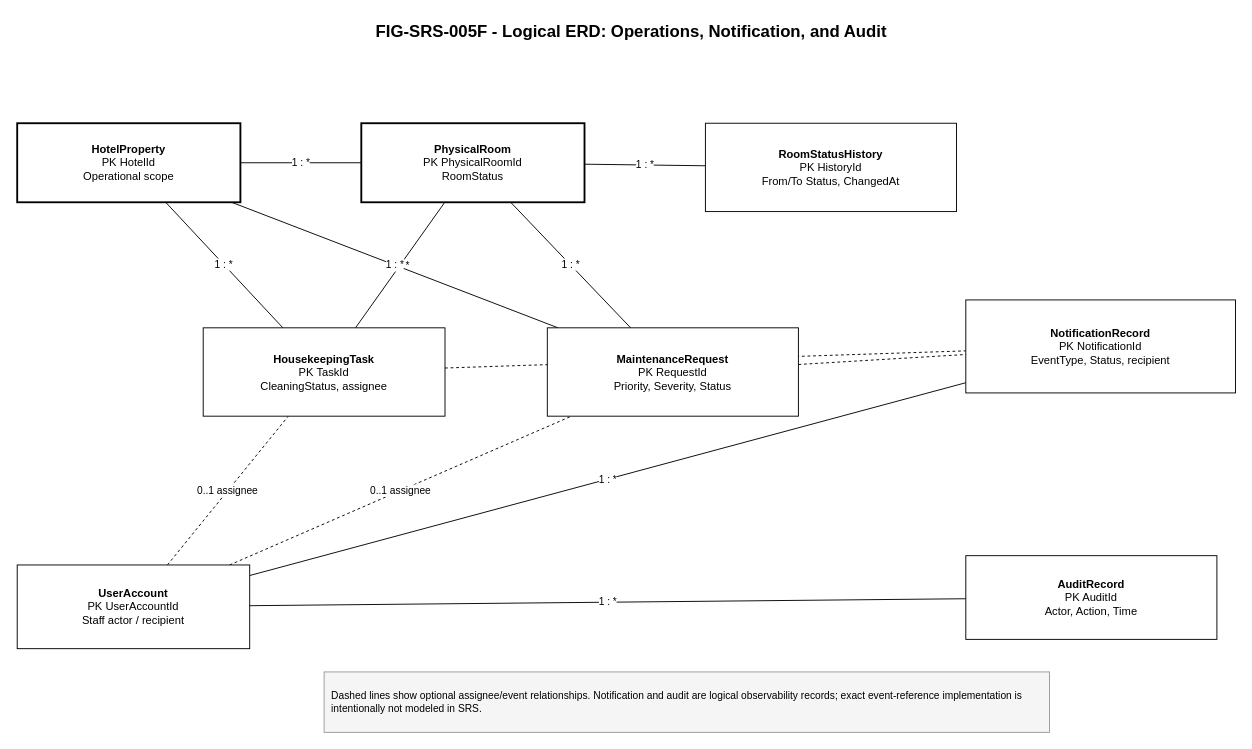
The draw.io diagram diagrams/drawio/FIG-SRS-005F_logical_erd_operations_audit.drawio in thaideptrai218/hotel-management-system-srs, before the edit. Source tidied: cells renumbered, new cells numbered last; positions are measured from the earlier drawing's top-left corner, leaving out a move shared by most shapes. Both pictures are drawn from the tidied source at 93%, with x=0, y=0 at pixel (17, 16).
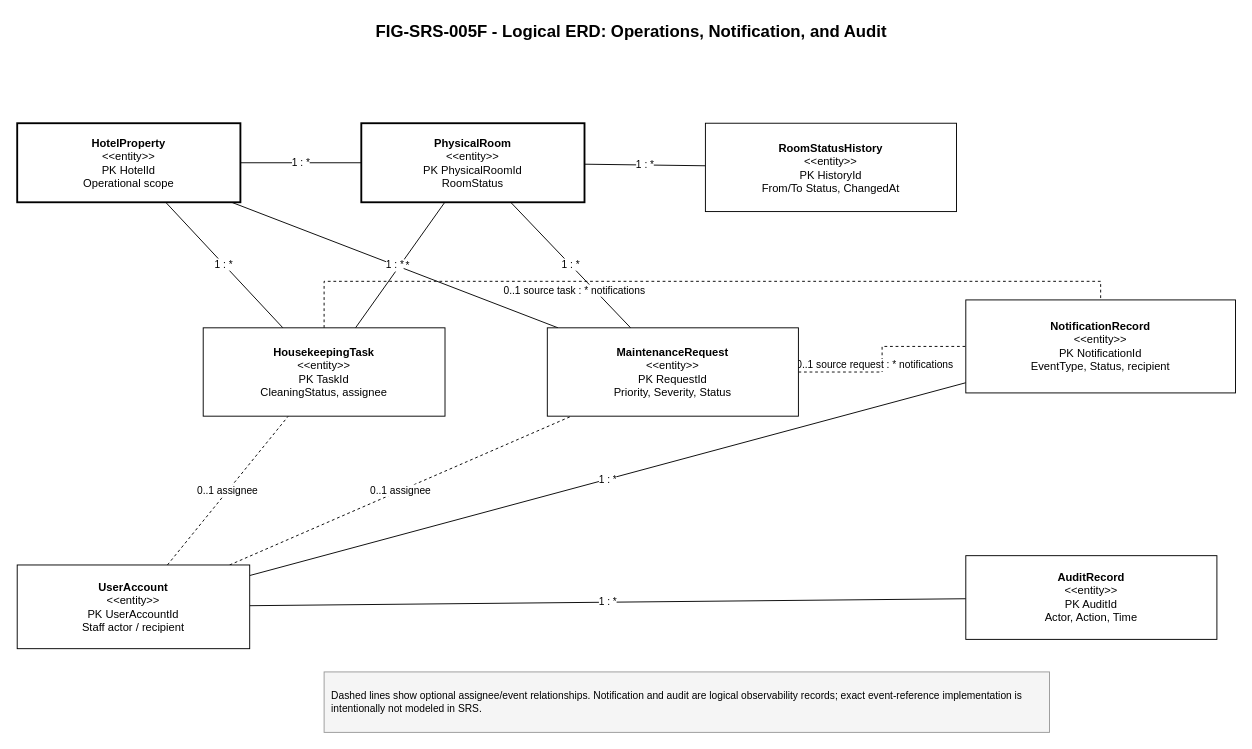
The same page after the edit.

What changed in the source:
```diff
@@
-    <mxCell id="13" style="endArrow=none;html=1;rounded=0;fontSize=11;dashed=1;labelBackgroundColor=#ffffff;" parent="1" edge="1" source="18" target="21">
-      <mxGeometry relative="1" as="geometry" />
+    <mxCell id="13" value="0..1 source task : * notifications" style="edgeStyle=orthogonalEdgeStyle;endArrow=none;html=1;rounded=0;fontSize=11;dashed=1;labelBackgroundColor=#ffffff;" parent="1" edge="1" source="18" target="21">
+      <mxGeometry x="-0.25" y="-28" relative="1" as="geometry">
+        <Array as="points">
+          <mxPoint x="520" y="285" />
+          <mxPoint x="940" y="285" />
+        </Array>
+        <mxPoint x="-20" y="-18" as="offset" />
+      </mxGeometry>
     </mxCell>
-    <mxCell id="14" style="endArrow=none;html=1;rounded=0;fontSize=11;dashed=1;labelBackgroundColor=#ffffff;" parent="1" edge="1" source="19" target="21">
-      <mxGeometry relative="1" as="geometry" />
+    <mxCell id="14" value="0..1 source request : * notifications" style="edgeStyle=orthogonalEdgeStyle;endArrow=none;html=1;rounded=0;fontSize=11;dashed=1;labelBackgroundColor=#ffffff;" parent="1" edge="1" source="19" target="21">
+      <mxGeometry x="0.1" y="18" relative="1" as="geometry">
+        <mxPoint x="10" y="16" as="offset" />
+      </mxGeometry>
     </mxCell>
-    <mxCell id="15" value="&lt;b&gt;HotelProperty&lt;/b&gt;&#10;PK HotelId&#10;Operational scope" style="rounded=0;whiteSpace=wrap;html=1;fontSize=12;fillColor=#ffffff;strokeWidth=2;" parent="1" vertex="1">
+    <mxCell id="15" value="&lt;b&gt;HotelProperty&lt;/b&gt;&#10;&amp;lt;&amp;lt;entity&amp;gt;&amp;gt;&#10;PK HotelId&#10;Operational scope" style="rounded=0;whiteSpace=wrap;html=1;fontSize=12;fillColor=#ffffff;strokeWidth=2;" parent="1" vertex="1">
       <mxGeometry y="115" width="240" height="85" as="geometry" />
     </mxCell>
-    <mxCell id="16" value="&lt;b&gt;PhysicalRoom&lt;/b&gt;&#10;PK PhysicalRoomId&#10;RoomStatus" style="rounded=0;whiteSpace=wrap;html=1;fontSize=12;fillColor=#ffffff;strokeWidth=2;" parent="1" vertex="1">
+    <mxCell id="16" value="&lt;b&gt;PhysicalRoom&lt;/b&gt;&#10;&amp;lt;&amp;lt;entity&amp;gt;&amp;gt;&#10;PK PhysicalRoomId&#10;RoomStatus" style="rounded=0;whiteSpace=wrap;html=1;fontSize=12;fillColor=#ffffff;strokeWidth=2;" parent="1" vertex="1">
       <mxGeometry x="370" y="115" width="240" height="85" as="geometry" />
     </mxCell>
-    <mxCell id="17" value="&lt;b&gt;RoomStatusHistory&lt;/b&gt;&#10;PK HistoryId&#10;From/To Status, ChangedAt" style="rounded=0;whiteSpace=wrap;html=1;fontSize=12;fillColor=#ffffff;" parent="1" vertex="1">
+    <mxCell id="17" value="&lt;b&gt;RoomStatusHistory&lt;/b&gt;&#10;&amp;lt;&amp;lt;entity&amp;gt;&amp;gt;&#10;PK HistoryId&#10;From/To Status, ChangedAt" style="rounded=0;whiteSpace=wrap;html=1;fontSize=12;fillColor=#ffffff;" parent="1" vertex="1">
       <mxGeometry x="740" y="115" width="270" height="95" as="geometry" />
     </mxCell>
-    <mxCell id="18" value="&lt;b&gt;HousekeepingTask&lt;/b&gt;&#10;PK TaskId&#10;CleaningStatus, assignee" style="rounded=0;whiteSpace=wrap;html=1;fontSize=12;fillColor=#ffffff;" parent="1" vertex="1">
+    <mxCell id="18" value="&lt;b&gt;HousekeepingTask&lt;/b&gt;&#10;&amp;lt;&amp;lt;entity&amp;gt;&amp;gt;&#10;PK TaskId&#10;CleaningStatus, assignee" style="rounded=0;whiteSpace=wrap;html=1;fontSize=12;fillColor=#ffffff;" parent="1" vertex="1">
       <mxGeometry x="200" y="335" width="260" height="95" as="geometry" />
     </mxCell>
-    <mxCell id="19" value="&lt;b&gt;MaintenanceRequest&lt;/b&gt;&#10;PK RequestId&#10;Priority, Severity, Status" style="rounded=0;whiteSpace=wrap;html=1;fontSize=12;fillColor=#ffffff;" parent="1" vertex="1">
+    <mxCell id="19" value="&lt;b&gt;MaintenanceRequest&lt;/b&gt;&#10;&amp;lt;&amp;lt;entity&amp;gt;&amp;gt;&#10;PK RequestId&#10;Priority, Severity, Status" style="rounded=0;whiteSpace=wrap;html=1;fontSize=12;fillColor=#ffffff;" parent="1" vertex="1">
       <mxGeometry x="570" y="335" width="270" height="95" as="geometry" />
     </mxCell>
-    <mxCell id="20" value="&lt;b&gt;UserAccount&lt;/b&gt;&#10;PK UserAccountId&#10;Staff actor / recipient" style="rounded=0;whiteSpace=wrap;html=1;fontSize=12;fillColor=#ffffff;" parent="1" vertex="1">
+    <mxCell id="20" value="&lt;b&gt;UserAccount&lt;/b&gt;&#10;&amp;lt;&amp;lt;entity&amp;gt;&amp;gt;&#10;PK UserAccountId&#10;Staff actor / recipient" style="rounded=0;whiteSpace=wrap;html=1;fontSize=12;fillColor=#ffffff;" parent="1" vertex="1">
       <mxGeometry y="590" width="250" height="90" as="geometry" />
     </mxCell>
-    <mxCell id="21" value="&lt;b&gt;NotificationRecord&lt;/b&gt;&#10;PK NotificationId&#10;EventType, Status, recipient" style="rounded=0;whiteSpace=wrap;html=1;fontSize=12;fillColor=#ffffff;" parent="1" vertex="1">
+    <mxCell id="21" value="&lt;b&gt;NotificationRecord&lt;/b&gt;&#10;&amp;lt;&amp;lt;entity&amp;gt;&amp;gt;&#10;PK NotificationId&#10;EventType, Status, recipient" style="rounded=0;whiteSpace=wrap;html=1;fontSize=12;fillColor=#ffffff;" parent="1" vertex="1">
       <mxGeometry x="1020" y="305" width="290" height="100" as="geometry" />
     </mxCell>
-    <mxCell id="22" value="&lt;b&gt;AuditRecord&lt;/b&gt;&#10;PK AuditId&#10;Actor, Action, Time" style="rounded=0;whiteSpace=wrap;html=1;fontSize=12;fillColor=#ffffff;" parent="1" vertex="1">
+    <mxCell id="22" value="&lt;b&gt;AuditRecord&lt;/b&gt;&#10;&amp;lt;&amp;lt;entity&amp;gt;&amp;gt;&#10;PK AuditId&#10;Actor, Action, Time" style="rounded=0;whiteSpace=wrap;html=1;fontSize=12;fillColor=#ffffff;" parent="1" vertex="1">
       <mxGeometry x="1020" y="580" width="270" height="90" as="geometry" />
     </mxCell>
```
